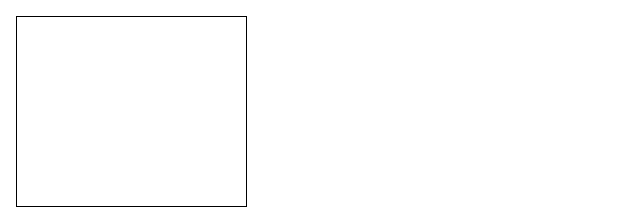
This is aws architecture.drawio from josephguan/my-draw-io, a draw.io file, before an edit. Source tidied: cells renumbered, new cells numbered last; positions are measured from the earlier drawing's top-left corner, leaving out a move shared by most shapes. Both pictures are drawn from the tidied source at 100%, with x=0, y=0 at pixel (16, 16).
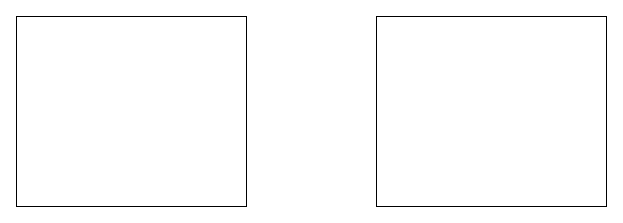
The same page after the edit.

Diff of the diagram source:
```diff
@@
 <mxGraphModel>
   <root>
     <mxCell id="0" />
     <mxCell id="1" parent="0" />
     <mxCell id="2" style="rounded=0;whiteSpace=wrap;html=1;" parent="1" vertex="1">
       <mxGeometry width="230" height="190" as="geometry" />
     </mxCell>
+    <mxCell id="3" style="rounded=0;whiteSpace=wrap;html=1;" parent="1" vertex="1">
+      <mxGeometry x="360" width="230" height="190" as="geometry" />
+    </mxCell>
   </root>
 </mxGraphModel>
```
